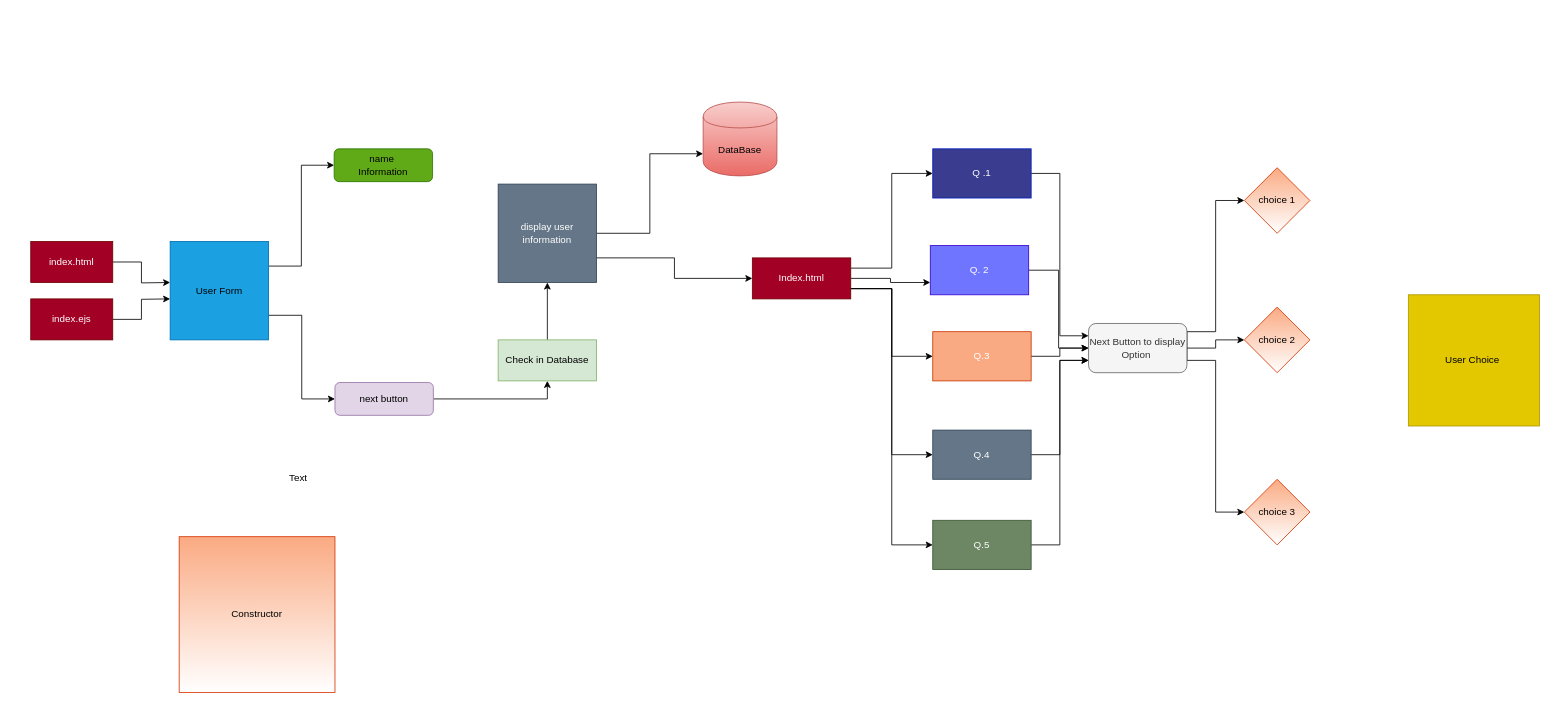
The draw.io diagram Untitled Diagram.drawio in Team-2TMK/selfu, before the edit. Source tidied: cells renumbered, new cells numbered last; positions are measured from the earlier drawing's top-left corner, leaving out a move shared by most shapes. Both pictures are drawn from the tidied source at 82%, with x=0, y=0 at pixel (30, 102).
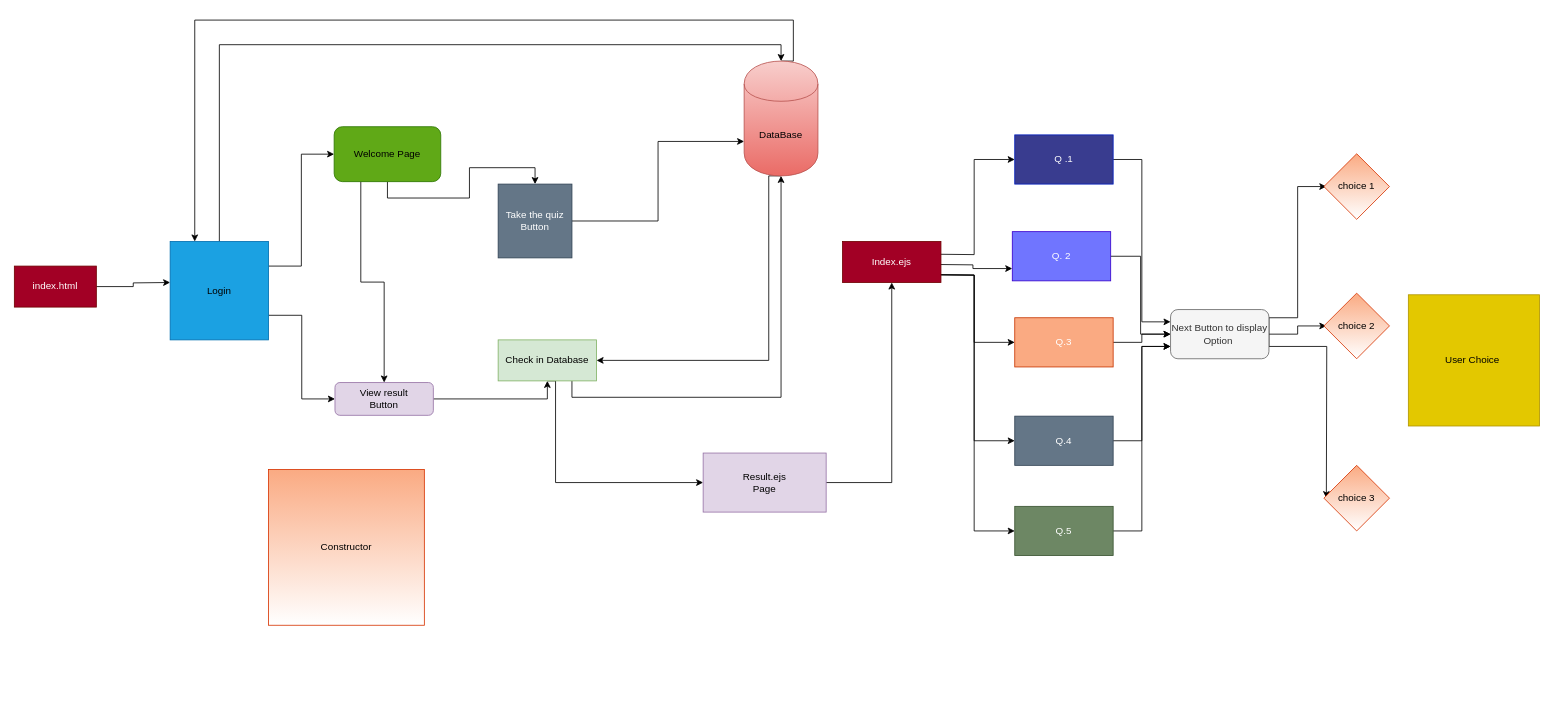
The same diagram, later.

Unchanged cells that the change refers to:
```xml
<mxCell id="16" value="&lt;font color=&quot;#000000&quot;&gt;Check in Database&lt;/font&gt;" style="rounded=0;whiteSpace=wrap;html=1;strokeColor=#82b366;fillColor=#d5e8d4;" parent="1" vertex="1">
  <mxGeometry x="570" y="290" width="120" height="50" as="geometry" />
</mxCell>
```

What changed in the source:
```diff
@@
     <mxCell id="3" value="index.html" style="rounded=0;whiteSpace=wrap;html=1;fillColor=#a20025;strokeColor=#6F0000;fontColor=#ffffff;" parent="1" vertex="1">
-      <mxGeometry y="170" width="100" height="50" as="geometry" />
+      <mxGeometry x="-20" y="200" width="100" height="50" as="geometry" />
     </mxCell>
-    <mxCell id="4" style="edgeStyle=orthogonalEdgeStyle;rounded=0;jettySize=auto;html=1;exitX=1;exitY=0.5;exitDx=0;exitDy=0;" parent="1" edge="1" source="5">
-      <mxGeometry relative="1" as="geometry">
-        <mxPoint x="170" y="240" as="targetPoint" />
-      </mxGeometry>
-    </mxCell>
-    <mxCell id="5" value="index.ejs" style="rounded=0;whiteSpace=wrap;html=1;strokeColor=#6F0000;fillColor=#a20025;fontColor=#ffffff;" parent="1" vertex="1">
-      <mxGeometry y="240" width="100" height="50" as="geometry" />
-    </mxCell>
@@
+    <mxCell id="44" style="edgeStyle=orthogonalEdgeStyle;rounded=0;jettySize=auto;html=1;exitX=0.5;exitY=0;exitDx=0;exitDy=0;entryX=0.5;entryY=0;entryDx=0;entryDy=0;" parent="1" edge="1" source="8" target="17">
+      <mxGeometry relative="1" as="geometry" />
+    </mxCell>
-    <mxCell id="8" value="&lt;font color=&quot;#000000&quot;&gt;User Form&lt;/font&gt;" style="whiteSpace=wrap;html=1;strokeColor=#006EAF;fillColor=#1ba1e2;fontColor=#ffffff;" parent="1" vertex="1">
+    <mxCell id="8" value="&lt;font color=&quot;#000000&quot;&gt;Login&lt;/font&gt;" style="whiteSpace=wrap;html=1;strokeColor=#006EAF;fillColor=#1ba1e2;fontColor=#ffffff;" parent="1" vertex="1">
       <mxGeometry x="170" y="170" width="120" height="120" as="geometry" />
     </mxCell>
@@
-    <mxCell id="10" value="&lt;font color=&quot;#000000&quot;&gt;next button&lt;/font&gt;" style="rounded=1;whiteSpace=wrap;html=1;strokeColor=#9673a6;fillColor=#e1d5e7;" parent="1" vertex="1">
+    <mxCell id="10" value="&lt;font color=&quot;#000000&quot;&gt;View result&lt;br&gt;Button&lt;br&gt;&lt;/font&gt;" style="rounded=1;whiteSpace=wrap;html=1;strokeColor=#9673a6;fillColor=#e1d5e7;" parent="1" vertex="1">
       <mxGeometry x="371" y="342" width="120" height="40" as="geometry" />
     </mxCell>
+    <mxCell id="45" style="edgeStyle=orthogonalEdgeStyle;rounded=0;jettySize=auto;html=1;exitX=0.5;exitY=1;exitDx=0;exitDy=0;" parent="1" edge="1" source="11" target="14">
+      <mxGeometry relative="1" as="geometry" />
+    </mxCell>
+    <mxCell id="46" style="edgeStyle=orthogonalEdgeStyle;rounded=0;jettySize=auto;html=1;exitX=0.25;exitY=1;exitDx=0;exitDy=0;entryX=0.5;entryY=0;entryDx=0;entryDy=0;" parent="1" edge="1" source="11" target="10">
+      <mxGeometry relative="1" as="geometry" />
+    </mxCell>
-    <mxCell id="11" value="&lt;font color=&quot;#000000&quot;&gt;name&amp;nbsp;&lt;br&gt;Information&lt;br&gt;&lt;/font&gt;" style="rounded=1;whiteSpace=wrap;html=1;strokeColor=#2D7600;fillColor=#60a917;fontColor=#ffffff;" parent="1" vertex="1">
-      <mxGeometry x="370" y="57" width="120" height="40" as="geometry" />
+    <mxCell id="11" value="&lt;font color=&quot;#000000&quot;&gt;Welcome Page&lt;br&gt;&lt;/font&gt;" style="rounded=1;whiteSpace=wrap;html=1;strokeColor=#2D7600;fillColor=#60a917;fontColor=#ffffff;" parent="1" vertex="1">
+      <mxGeometry x="370" y="30" width="130" height="67" as="geometry" />
     </mxCell>
@@
-    <mxCell id="13" style="edgeStyle=orthogonalEdgeStyle;rounded=0;jettySize=auto;html=1;exitX=1;exitY=0.75;exitDx=0;exitDy=0;entryX=0;entryY=0.5;entryDx=0;entryDy=0;" parent="1" edge="1" source="14" target="24">
-      <mxGeometry relative="1" as="geometry" />
-    </mxCell>
-    <mxCell id="14" value="display user information" style="whiteSpace=wrap;html=1;strokeColor=#314354;fillColor=#647687;fontColor=#ffffff;" parent="1" vertex="1">
-      <mxGeometry x="570" y="100" width="120" height="120" as="geometry" />
+    <mxCell id="14" value="Take the quiz&lt;br&gt;Button" style="whiteSpace=wrap;html=1;strokeColor=#314354;fillColor=#647687;fontColor=#ffffff;" parent="1" vertex="1">
+      <mxGeometry x="570" y="100" width="90" height="90" as="geometry" />
     </mxCell>
-    <mxCell id="15" style="edgeStyle=orthogonalEdgeStyle;rounded=0;jettySize=auto;html=1;exitX=0.5;exitY=0;exitDx=0;exitDy=0;entryX=0.5;entryY=1;entryDx=0;entryDy=0;" parent="1" edge="1" source="16" target="14">
-      <mxGeometry relative="1" as="geometry" />
-    </mxCell>
+    <mxCell id="47" style="edgeStyle=orthogonalEdgeStyle;rounded=0;jettySize=auto;html=1;exitX=0.75;exitY=1;exitDx=0;exitDy=0;entryX=0.5;entryY=1;entryDx=0;entryDy=0;" parent="1" edge="1" source="16" target="17">
+      <mxGeometry relative="1" as="geometry" />
+    </mxCell>
+    <mxCell id="48" style="edgeStyle=orthogonalEdgeStyle;rounded=0;jettySize=auto;html=1;exitX=0.5;exitY=1;exitDx=0;exitDy=0;entryX=0;entryY=0.5;entryDx=0;entryDy=0;" parent="1" edge="1" source="16" target="52">
+      <mxGeometry relative="1" as="geometry">
+        <Array as="points">
+          <mxPoint x="640" y="340" />
+          <mxPoint x="640" y="464" />
+        </Array>
+      </mxGeometry>
+    </mxCell>
@@
+    <mxCell id="49" style="edgeStyle=orthogonalEdgeStyle;rounded=0;jettySize=auto;html=1;exitX=0.5;exitY=0;exitDx=0;exitDy=0;entryX=0.25;entryY=0;entryDx=0;entryDy=0;" parent="1" edge="1" source="17" target="8">
+      <mxGeometry relative="1" as="geometry">
+        <Array as="points">
+          <mxPoint x="930" y="-50" />
+          <mxPoint x="930" y="-100" />
+          <mxPoint x="200" y="-100" />
+        </Array>
+      </mxGeometry>
+    </mxCell>
+    <mxCell id="50" style="edgeStyle=orthogonalEdgeStyle;rounded=0;jettySize=auto;html=1;exitX=0.5;exitY=1;exitDx=0;exitDy=0;entryX=1;entryY=0.5;entryDx=0;entryDy=0;" parent="1" edge="1" source="17" target="16">
+      <mxGeometry relative="1" as="geometry">
+        <Array as="points">
+          <mxPoint x="900" y="90" />
+          <mxPoint x="900" y="315" />
+        </Array>
+      </mxGeometry>
+    </mxCell>
     <mxCell id="17" value="DataBase" style="shape=cylinder;whiteSpace=wrap;html=1;boundedLbl=1;backgroundOutline=1;strokeColor=#b85450;fillColor=#f8cecc;gradientColor=#ea6b66;" parent="1" vertex="1">
-      <mxGeometry x="820" width="90" height="90" as="geometry" />
+      <mxGeometry x="870" y="-50" width="90" height="140" as="geometry" />
     </mxCell>
@@
-    <mxCell id="19" style="edgeStyle=orthogonalEdgeStyle;rounded=0;jettySize=auto;html=1;entryX=0;entryY=0.5;entryDx=0;entryDy=0;exitX=1;exitY=0.25;exitDx=0;exitDy=0;" parent="1" edge="1" source="24" target="26">
-      <mxGeometry relative="1" as="geometry" />
+    <mxCell id="19" style="edgeStyle=orthogonalEdgeStyle;rounded=0;jettySize=auto;html=1;entryX=0;entryY=0.5;entryDx=0;entryDy=0;exitX=1;exitY=0.25;exitDx=0;exitDy=0;" parent="1" edge="1" target="26">
+      <mxGeometry relative="1" as="geometry">
+        <mxPoint x="1100" y="185.5" as="sourcePoint" />
+      </mxGeometry>
     </mxCell>
-    <mxCell id="20" style="edgeStyle=orthogonalEdgeStyle;rounded=0;jettySize=auto;html=1;entryX=0;entryY=0.75;entryDx=0;entryDy=0;" parent="1" edge="1" source="24" target="28">
-      <mxGeometry relative="1" as="geometry" />
+    <mxCell id="20" style="edgeStyle=orthogonalEdgeStyle;rounded=0;jettySize=auto;html=1;entryX=0;entryY=0.75;entryDx=0;entryDy=0;" parent="1" edge="1" target="28">
+      <mxGeometry relative="1" as="geometry">
+        <mxPoint x="1100" y="198" as="sourcePoint" />
+      </mxGeometry>
     </mxCell>
-    <mxCell id="21" style="edgeStyle=orthogonalEdgeStyle;rounded=0;jettySize=auto;html=1;exitX=1;exitY=0.75;exitDx=0;exitDy=0;entryX=0;entryY=0.5;entryDx=0;entryDy=0;" parent="1" edge="1" source="24" target="32">
-      <mxGeometry relative="1" as="geometry" />
+    <mxCell id="21" style="edgeStyle=orthogonalEdgeStyle;rounded=0;jettySize=auto;html=1;exitX=1;exitY=0.75;exitDx=0;exitDy=0;entryX=0;entryY=0.5;entryDx=0;entryDy=0;" parent="1" edge="1" target="32">
+      <mxGeometry relative="1" as="geometry">
+        <mxPoint x="1100" y="210.5" as="sourcePoint" />
+      </mxGeometry>
     </mxCell>
-    <mxCell id="22" style="edgeStyle=orthogonalEdgeStyle;rounded=0;jettySize=auto;html=1;exitX=1;exitY=0.75;exitDx=0;exitDy=0;entryX=0;entryY=0.5;entryDx=0;entryDy=0;" parent="1" edge="1" source="24" target="34">
-      <mxGeometry relative="1" as="geometry" />
+    <mxCell id="22" style="edgeStyle=orthogonalEdgeStyle;rounded=0;jettySize=auto;html=1;exitX=1;exitY=0.75;exitDx=0;exitDy=0;entryX=0;entryY=0.5;entryDx=0;entryDy=0;" parent="1" edge="1" target="34">
+      <mxGeometry relative="1" as="geometry">
+        <mxPoint x="1100" y="210.5" as="sourcePoint" />
+      </mxGeometry>
     </mxCell>
-    <mxCell id="23" style="edgeStyle=orthogonalEdgeStyle;rounded=0;jettySize=auto;html=1;exitX=1;exitY=0.75;exitDx=0;exitDy=0;entryX=0;entryY=0.5;entryDx=0;entryDy=0;" parent="1" edge="1" source="24" target="30">
-      <mxGeometry relative="1" as="geometry" />
+    <mxCell id="23" style="edgeStyle=orthogonalEdgeStyle;rounded=0;jettySize=auto;html=1;exitX=1;exitY=0.75;exitDx=0;exitDy=0;entryX=0;entryY=0.5;entryDx=0;entryDy=0;" parent="1" edge="1" target="30">
+      <mxGeometry relative="1" as="geometry">
+        <mxPoint x="1100" y="210.5" as="sourcePoint" />
+      </mxGeometry>
     </mxCell>
-    <mxCell id="24" value="Index.html" style="rounded=0;whiteSpace=wrap;html=1;strokeColor=#6F0000;fillColor=#a20025;fontColor=#ffffff;" parent="1" vertex="1">
-      <mxGeometry x="880" y="190" width="120" height="50" as="geometry" />
+    <mxCell id="24" value="Index.ejs" style="rounded=0;whiteSpace=wrap;html=1;strokeColor=#6F0000;fillColor=#a20025;fontColor=#ffffff;" parent="1" vertex="1">
+      <mxGeometry x="990" y="170" width="120" height="50" as="geometry" />
     </mxCell>
@@
     <mxCell id="26" value="Q .1" style="rounded=0;whiteSpace=wrap;html=1;strokeColor=#001DBC;fillColor=#393C8F;fontColor=#ffffff;" parent="1" vertex="1">
-      <mxGeometry x="1100" y="57" width="120" height="60" as="geometry" />
+      <mxGeometry x="1200" y="40" width="120" height="60" as="geometry" />
     </mxCell>
@@
     <mxCell id="28" value="Q. 2" style="rounded=0;whiteSpace=wrap;html=1;strokeColor=#3700CC;fillColor=#7075FF;fontColor=#ffffff;" parent="1" vertex="1">
-      <mxGeometry x="1097" y="175" width="120" height="60" as="geometry" />
+      <mxGeometry x="1197" y="158" width="120" height="60" as="geometry" />
     </mxCell>
@@
     <mxCell id="30" value="Q.3" style="rounded=0;whiteSpace=wrap;html=1;strokeColor=#C73500;fillColor=#FAAA82;fontColor=#ffffff;" parent="1" vertex="1">
-      <mxGeometry x="1100" y="280" width="120" height="60" as="geometry" />
+      <mxGeometry x="1200" y="263" width="120" height="60" as="geometry" />
     </mxCell>
@@
     <mxCell id="32" value="Q.4" style="rounded=0;whiteSpace=wrap;html=1;strokeColor=#314354;fillColor=#647687;fontColor=#ffffff;" parent="1" vertex="1">
-      <mxGeometry x="1100" y="400" width="120" height="60" as="geometry" />
+      <mxGeometry x="1200" y="383" width="120" height="60" as="geometry" />
     </mxCell>
@@
     <mxCell id="34" value="Q.5" style="rounded=0;whiteSpace=wrap;html=1;strokeColor=#3A5431;fillColor=#6d8764;fontColor=#ffffff;" parent="1" vertex="1">
-      <mxGeometry x="1100" y="510" width="120" height="60" as="geometry" />
+      <mxGeometry x="1200" y="493" width="120" height="60" as="geometry" />
     </mxCell>
-    <mxCell id="35" style="edgeStyle=orthogonalEdgeStyle;rounded=0;jettySize=auto;html=1;exitX=1;exitY=0.5;exitDx=0;exitDy=0;entryX=0;entryY=0.5;entryDx=0;entryDy=0;" parent="1" edge="1" source="38" target="41">
+    <mxCell id="35" style="edgeStyle=orthogonalEdgeStyle;rounded=0;jettySize=auto;html=1;exitX=1;exitY=0.5;exitDx=0;exitDy=0;entryX=0;entryY=0.5;entryDx=0;entryDy=0;" parent="1" edge="1" source="38">
       <mxGeometry relative="1" as="geometry">
+        <mxPoint x="1580" y="103" as="targetPoint" />
         <Array as="points">
-          <mxPoint x="1410" y="280" />
-          <mxPoint x="1445" y="280" />
-          <mxPoint x="1445" y="120" />
+          <mxPoint x="1510" y="263" />
+          <mxPoint x="1545" y="263" />
+          <mxPoint x="1545" y="103" />
         </Array>
       </mxGeometry>
     </mxCell>
-    <mxCell id="36" style="edgeStyle=orthogonalEdgeStyle;rounded=0;jettySize=auto;html=1;exitX=1;exitY=0.75;exitDx=0;exitDy=0;" parent="1" edge="1" source="38" target="40">
+    <mxCell id="36" style="edgeStyle=orthogonalEdgeStyle;rounded=0;jettySize=auto;html=1;exitX=1;exitY=0.75;exitDx=0;exitDy=0;" parent="1" edge="1" source="38">
       <mxGeometry relative="1" as="geometry">
+        <mxPoint x="1580" y="273" as="targetPoint" />
         <Array as="points">
-          <mxPoint x="1410" y="300" />
-          <mxPoint x="1445" y="300" />
-          <mxPoint x="1445" y="290" />
+          <mxPoint x="1510" y="283" />
+          <mxPoint x="1545" y="283" />
+          <mxPoint x="1545" y="273" />
         </Array>
       </mxGeometry>
     </mxCell>
-    <mxCell id="37" style="edgeStyle=orthogonalEdgeStyle;rounded=0;jettySize=auto;html=1;exitX=1;exitY=0.75;exitDx=0;exitDy=0;entryX=0;entryY=0.5;entryDx=0;entryDy=0;" parent="1" edge="1" source="38" target="39">
-      <mxGeometry relative="1" as="geometry" />
+    <mxCell id="37" style="edgeStyle=orthogonalEdgeStyle;rounded=0;jettySize=auto;html=1;exitX=1;exitY=0.75;exitDx=0;exitDy=0;entryX=0;entryY=0.5;entryDx=0;entryDy=0;" parent="1" edge="1" source="38">
+      <mxGeometry relative="1" as="geometry">
+        <mxPoint x="1580" y="483" as="targetPoint" />
+      </mxGeometry>
     </mxCell>
     <mxCell id="38" value="Next Button to display Option&amp;nbsp;" style="rounded=1;whiteSpace=wrap;html=1;strokeColor=#666666;fillColor=#f5f5f5;fontColor=#333333;" parent="1" vertex="1">
-      <mxGeometry x="1290" y="270" width="120" height="60" as="geometry" />
+      <mxGeometry x="1390" y="253" width="120" height="60" as="geometry" />
     </mxCell>
     <mxCell id="39" value="&lt;font color=&quot;#000000&quot;&gt;choice 3&lt;/font&gt;" style="rhombus;whiteSpace=wrap;html=1;strokeColor=#D73402;fillColor=#FAAA82;gradientColor=#ffffff;" parent="1" vertex="1">
-      <mxGeometry x="1480" y="460" width="80" height="80" as="geometry" />
+      <mxGeometry x="1577" y="443" width="80" height="80" as="geometry" />
     </mxCell>
     <mxCell id="40" value="&lt;font color=&quot;#000000&quot;&gt;choice 2&lt;/font&gt;" style="rhombus;whiteSpace=wrap;html=1;strokeColor=#D73402;fillColor=#FAAA82;gradientColor=#ffffff;" parent="1" vertex="1">
-      <mxGeometry x="1480" y="250" width="80" height="80" as="geometry" />
+      <mxGeometry x="1577" y="233" width="80" height="80" as="geometry" />
     </mxCell>
     <mxCell id="41" value="&lt;font color=&quot;#000000&quot;&gt;choice 1&lt;/font&gt;" style="rhombus;whiteSpace=wrap;html=1;strokeColor=#D73402;fillColor=#FAAA82;gradientColor=#ffffff;" parent="1" vertex="1">
-      <mxGeometry x="1480" y="80" width="80" height="80" as="geometry" />
+      <mxGeometry x="1577" y="63" width="80" height="80" as="geometry" />
     </mxCell>
@@
     <mxCell id="43" value="&lt;font color=&quot;#000000&quot;&gt;Constructor&lt;/font&gt;" style="whiteSpace=wrap;html=1;strokeColor=#D73402;fillColor=#FAAA82;gradientColor=#ffffff;" parent="1" vertex="1">
-      <mxGeometry x="181" y="530" width="190" height="190" as="geometry" />
+      <mxGeometry x="290" y="448" width="190" height="190" as="geometry" />
     </mxCell>
+    <mxCell id="51" style="edgeStyle=orthogonalEdgeStyle;rounded=0;jettySize=auto;html=1;exitX=1;exitY=0.5;exitDx=0;exitDy=0;entryX=0.5;entryY=1;entryDx=0;entryDy=0;" parent="1" edge="1" source="52" target="24">
+      <mxGeometry relative="1" as="geometry" />
+    </mxCell>
+    <mxCell id="52" value="&lt;font color=&quot;#000000&quot;&gt;Result.ejs&lt;br&gt;Page&lt;br&gt;&lt;/font&gt;" style="rounded=0;whiteSpace=wrap;html=1;fillColor=#e1d5e7;strokeColor=#9673a6;" parent="1" vertex="1">
+      <mxGeometry x="820" y="428" width="150" height="72" as="geometry" />
+    </mxCell>
```
